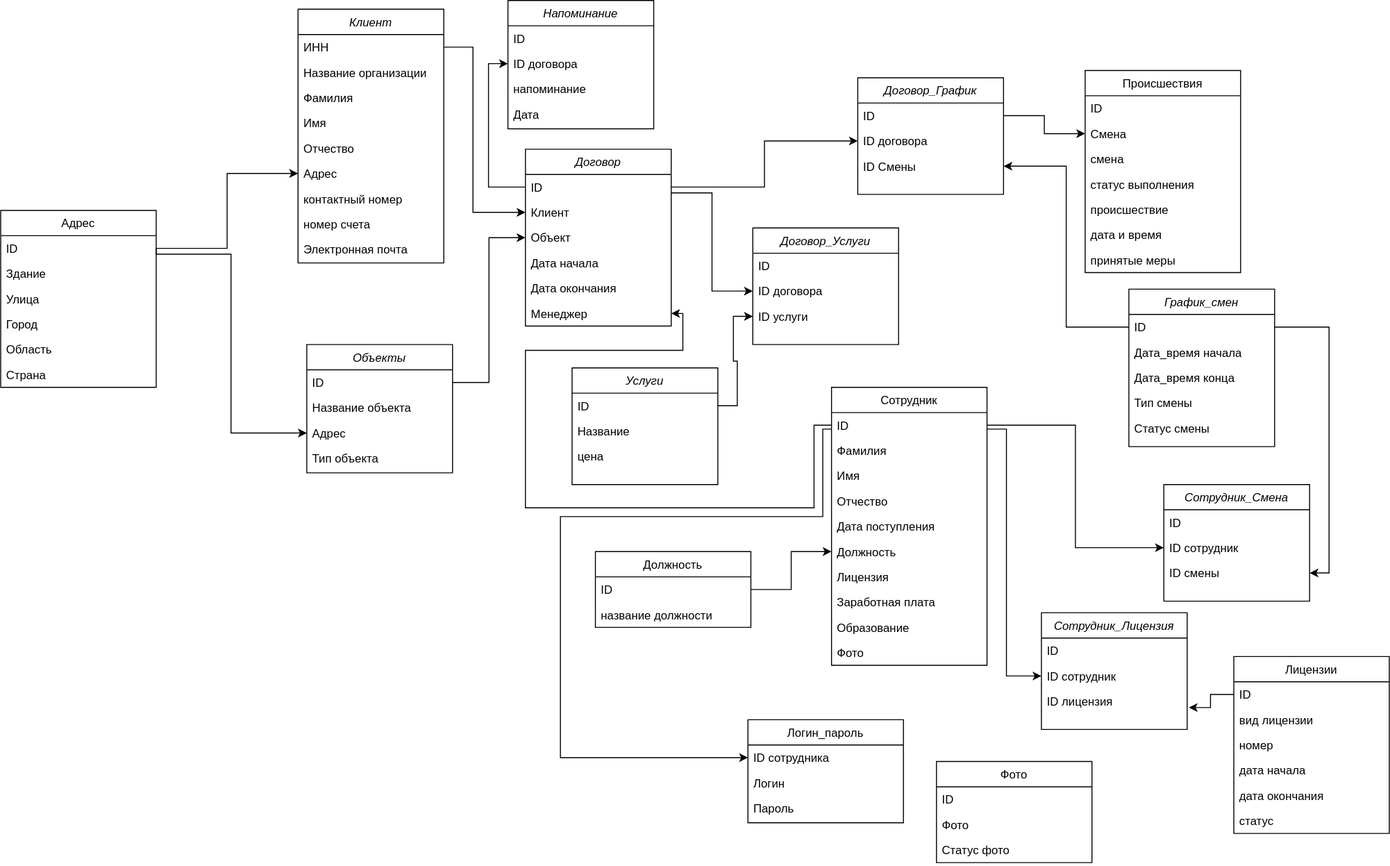
Ancilot/CursSYBD keeps this draw.io diagram as Логическая.svg. Above is the earlier version. Source tidied: cells renumbered, new cells last; positions are measured from the earlier drawing's top-left corner, leaving out a move shared by most shapes.
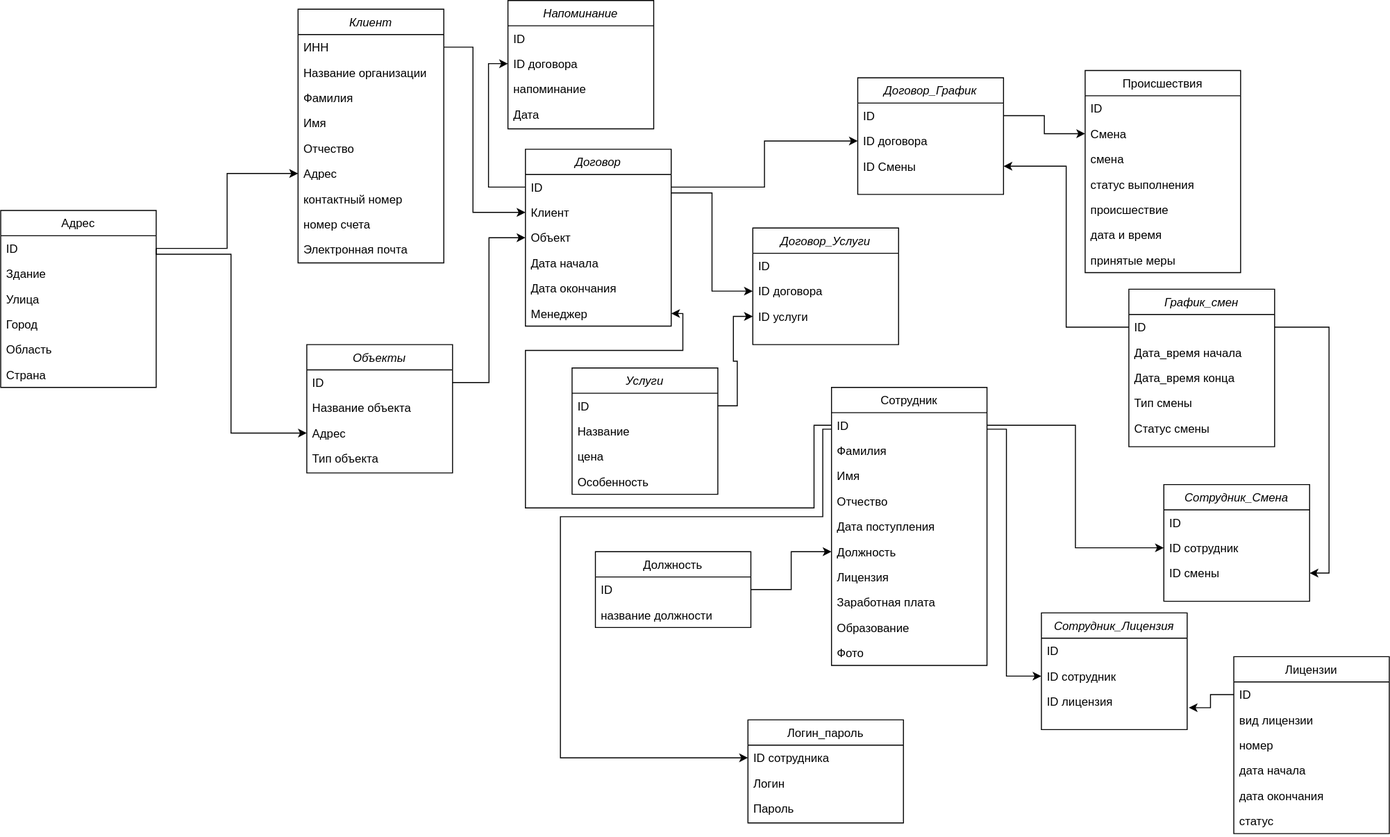
The same diagram one commit later.

The edit, as a diff of the source:
```diff
@@ -248,7 +248,7 @@
       <mxGeometry y="104" width="150" height="26" as="geometry" />
     </mxCell>
     <mxCell id="80" value="Услуги" style="swimlane;fontStyle=2;align=center;verticalAlign=top;horizontal=1;startSize=26;rounded=0;shadow=0;strokeWidth=1;" parent="1" vertex="1">
-      <mxGeometry x="588" y="378" width="150" height="120" as="geometry" />
+      <mxGeometry x="588" y="378" width="150" height="130" as="geometry" />
     </mxCell>
     <mxCell id="81" value="ID" style="text;align=left;verticalAlign=top;spacingLeft=4;spacingRight=4;overflow=hidden;points=[[0,0.5],[1,0.5]];portConstraint=eastwest;" parent="80" vertex="1">
       <mxGeometry y="26" width="150" height="26" as="geometry" />
@@ -259,6 +259,9 @@
     <mxCell id="83" value="цена" style="text;align=left;verticalAlign=top;spacingLeft=4;spacingRight=4;overflow=hidden;rounded=0;shadow=0;html=0;" parent="80" vertex="1">
       <mxGeometry y="78" width="150" height="26" as="geometry" />
     </mxCell>
+    <mxCell id="116" value="Особенность" style="text;align=left;verticalAlign=top;spacingLeft=4;spacingRight=4;overflow=hidden;rounded=0;shadow=0;html=0;" parent="80" vertex="1">
+      <mxGeometry y="104" width="150" height="26" as="geometry" />
+    </mxCell>
     <mxCell id="84" style="edgeStyle=orthogonalEdgeStyle;rounded=0;jettySize=auto;html=1;entryX=0;entryY=0.5;entryDx=0;entryDy=0;" parent="1" edge="1" source="25" target="4">
       <mxGeometry relative="1" as="geometry">
         <Array as="points">
@@ -369,17 +372,5 @@
     <mxCell id="111" style="edgeStyle=orthogonalEdgeStyle;rounded=0;jettySize=auto;html=1;entryX=0;entryY=0.5;entryDx=0;entryDy=0;" parent="1" edge="1" source="87" target="44">
       <mxGeometry relative="1" as="geometry" />
     </mxCell>
-    <mxCell id="112" value="Фото" style="swimlane;fontStyle=0;align=center;verticalAlign=top;horizontal=1;startSize=26;rounded=0;shadow=0;strokeWidth=1;" parent="1" vertex="1">
-      <mxGeometry x="963" y="783" width="160" height="104" as="geometry" />
-    </mxCell>
-    <mxCell id="113" value="ID" style="text;align=left;verticalAlign=top;spacingLeft=4;spacingRight=4;overflow=hidden;" parent="112" vertex="1">
-      <mxGeometry y="26" width="160" height="26" as="geometry" />
-    </mxCell>
-    <mxCell id="114" value="Фото" style="text;align=left;verticalAlign=top;spacingLeft=4;spacingRight=4;overflow=hidden;rounded=0;shadow=0;html=0;" parent="112" vertex="1">
-      <mxGeometry y="52" width="160" height="26" as="geometry" />
-    </mxCell>
-    <mxCell id="115" value="Статус фото" style="text;align=left;verticalAlign=top;spacingLeft=4;spacingRight=4;overflow=hidden;rounded=0;shadow=0;html=0;" parent="112" vertex="1">
-      <mxGeometry y="78" width="160" height="26" as="geometry" />
-    </mxCell>
   </root>
 </mxGraphModel>
```
